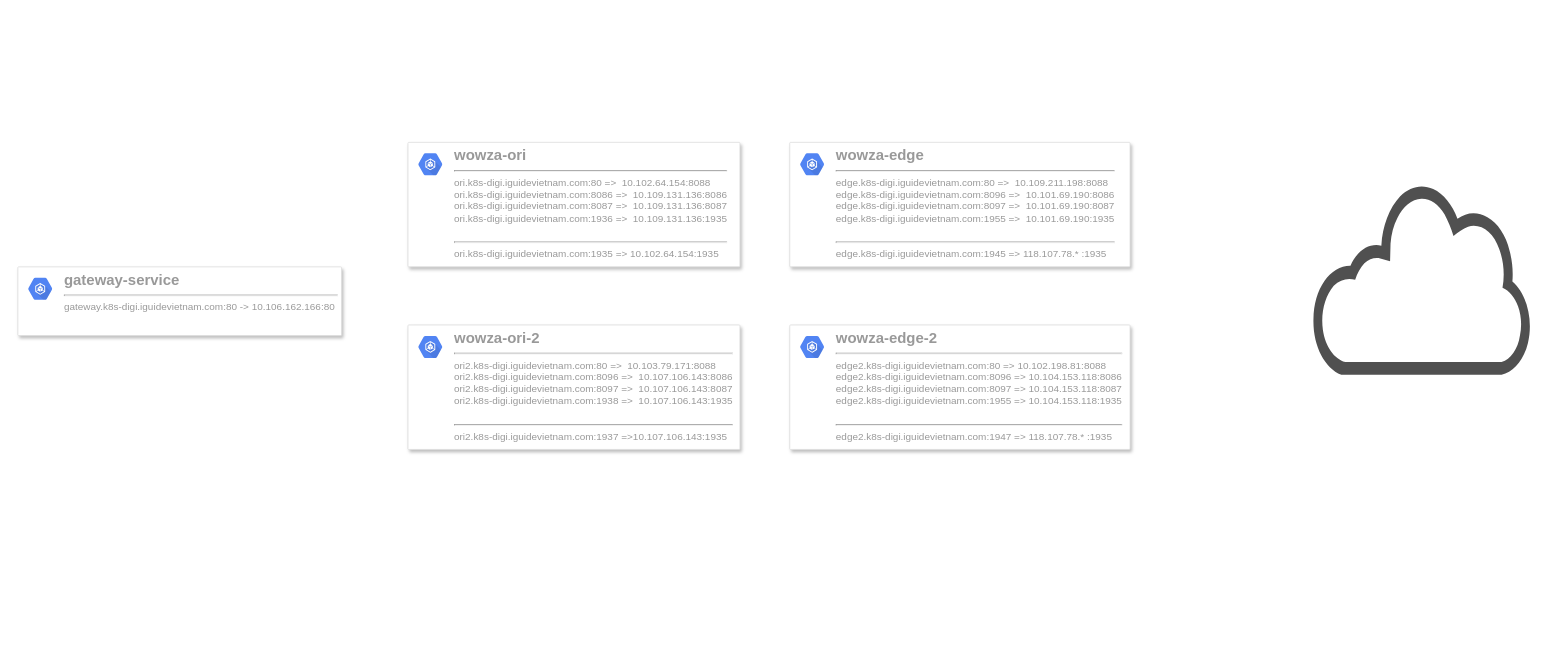
Before: page "test" (1 of 2) of service workflow/service.drawio in TheMacCuoi/streaming-services-structure, a draw.io diagram. Source tidied: cells renumbered, new cells numbered last; positions are measured from the earlier drawing's top-left corner, leaving out a move shared by most shapes. Both pictures are drawn from the tidied source at 83%, with x=0, y=0 at pixel (17, 142).
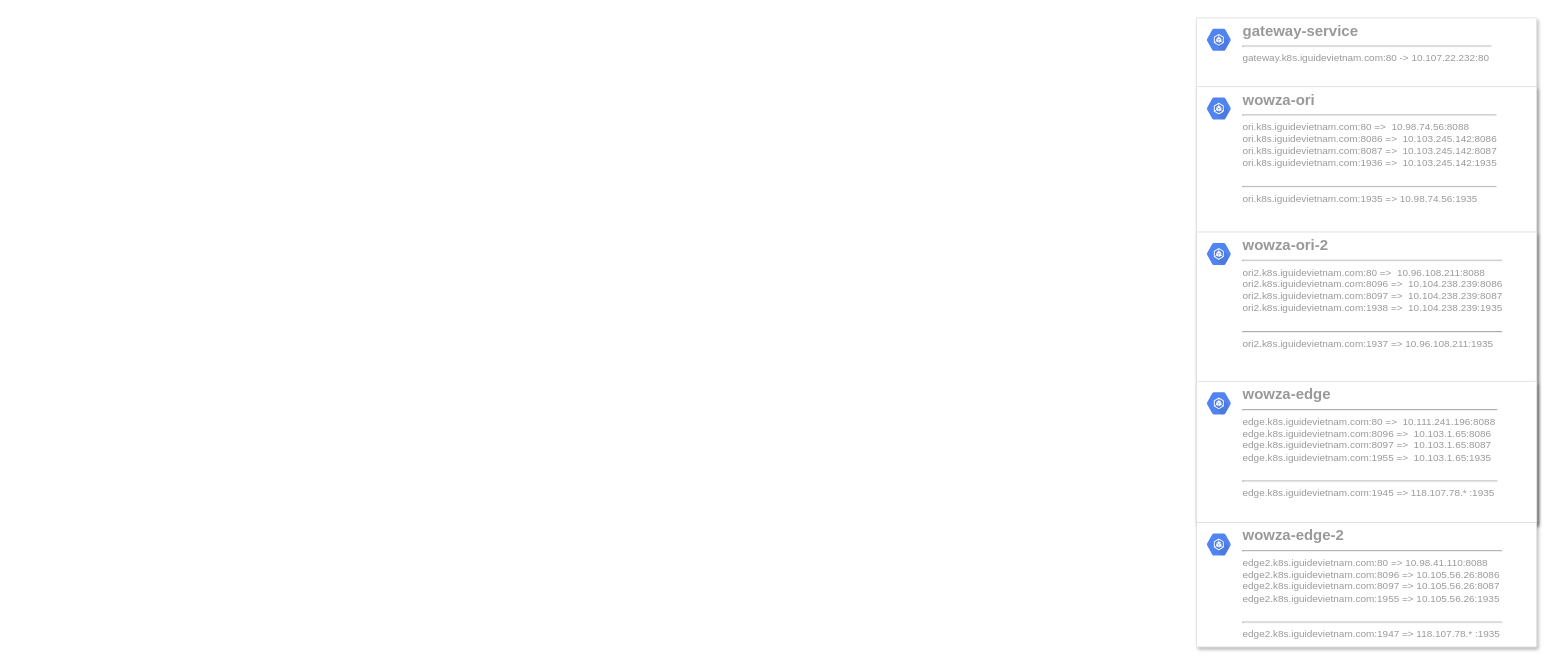
The same page after the edit.

The edit, as a diff of the source:
```diff
@@
 <mxGraphModel>
   <root>
     <mxCell id="0" />
     <mxCell id="1" parent="0" />
-    <mxCell id="2" style="strokeColor=#dddddd;fillColor=#ffffff;shadow=1;strokeWidth=1;rounded=1;absoluteArcSize=1;arcSize=2;fontSize=11;fontColor=#9E9E9E;align=center;html=1;" parent="1" vertex="1">
-      <mxGeometry x="470" width="400" height="150" as="geometry" />
-    </mxCell>
-    <mxCell id="3" value="&lt;b&gt;&lt;font style=&quot;&quot;&gt;&lt;font style=&quot;font-size: 18px;&quot;&gt;wowza-ori&lt;/font&gt;&lt;br&gt;&lt;/font&gt;&lt;/b&gt;&lt;hr&gt;ori.k8s-digi.iguidevietnam.com:80 =&amp;gt;&amp;nbsp;&amp;nbsp;10.102.64.154:8088&lt;br&gt;ori.k8s-digi.iguidevietnam.com:8086 =&amp;gt;&amp;nbsp; 10.109.131.136:8086&lt;br&gt;ori.k8s-digi.iguidevietnam.com:8087 =&amp;gt;&amp;nbsp; 10.109.131.136:8087&lt;br&gt;ori.k8s-digi.iguidevietnam.com:1936 =&amp;gt;&amp;nbsp; 10.109.131.136:1935&lt;br&gt;&lt;br style=&quot;border-color: var(--border-color);&quot;&gt;&lt;hr style=&quot;border-color: var(--border-color);&quot;&gt;ori.k8s-digi.iguidevietnam.com:1935 =&amp;gt;&amp;nbsp;10.102.64.154:1935&amp;nbsp;" style="dashed=0;html=1;fillColor=#5184F3;strokeColor=none;shape=mxgraph.gcp2.hexIcon;prIcon=container_engine;labelPosition=right;verticalLabelPosition=middle;align=left;verticalAlign=top;spacingLeft=5;fontColor=#999999;fontSize=12;spacingTop=-8;" parent="2" vertex="1">
-      <mxGeometry width="44" height="39" relative="1" as="geometry">
-        <mxPoint x="5" y="7" as="offset" />
-      </mxGeometry>
-    </mxCell>
-    <mxCell id="4" style="strokeColor=#dddddd;fillColor=#ffffff;shadow=1;strokeWidth=1;rounded=1;absoluteArcSize=1;arcSize=2;fontSize=11;fontColor=#9E9E9E;align=center;html=1;" parent="1" vertex="1">
-      <mxGeometry y="150" width="390" height="82.8" as="geometry" />
-    </mxCell>
-    <mxCell id="5" value="&lt;b&gt;&lt;font style=&quot;font-size: 18px;&quot;&gt;gateway-service&lt;/font&gt;&lt;/b&gt;&lt;br&gt;&lt;hr&gt;gateway.k8s-digi.iguidevietnam.com:80 -&amp;gt;&amp;nbsp;10.106.162.166:80&amp;nbsp;" style="dashed=0;html=1;fillColor=#5184F3;strokeColor=none;shape=mxgraph.gcp2.hexIcon;prIcon=container_engine;labelPosition=right;verticalLabelPosition=middle;align=left;verticalAlign=top;spacingLeft=5;fontColor=#999999;fontSize=12;spacingTop=-8;" parent="4" vertex="1">
-      <mxGeometry width="44" height="39" relative="1" as="geometry">
-        <mxPoint x="5" y="7" as="offset" />
-      </mxGeometry>
-    </mxCell>
-    <mxCell id="6" style="strokeColor=#dddddd;fillColor=#ffffff;shadow=1;strokeWidth=1;rounded=1;absoluteArcSize=1;arcSize=2;fontSize=11;fontColor=#9E9E9E;align=center;html=1;" parent="1" vertex="1">
-      <mxGeometry x="470" y="220" width="400" height="150" as="geometry" />
-    </mxCell>
-    <mxCell id="7" value="&lt;b&gt;&lt;font style=&quot;&quot;&gt;&lt;font style=&quot;font-size: 18px;&quot;&gt;wowza-ori-2&lt;/font&gt;&lt;br&gt;&lt;/font&gt;&lt;/b&gt;&lt;hr&gt;ori2.k8s-digi.iguidevietnam.com:80 =&amp;gt;&amp;nbsp;&amp;nbsp;10.103.79.171:8088&lt;br&gt;ori2.k8s-digi.iguidevietnam.com:8096 =&amp;gt;&amp;nbsp; 10.107.106.143:8086&lt;br&gt;ori2.k8s-digi.iguidevietnam.com:8097 =&amp;gt;&amp;nbsp; 10.107.106.143:8087&lt;br&gt;ori2.k8s-digi.iguidevietnam.com:1938 =&amp;gt;&amp;nbsp; 10.107.106.143:1935&lt;br&gt;&lt;br style=&quot;border-color: var(--border-color);&quot;&gt;&lt;hr style=&quot;border-color: var(--border-color);&quot;&gt;ori2.k8s-digi.iguidevietnam.com:1937 =&amp;gt;10.107.106.143:1935&amp;nbsp;" style="dashed=0;html=1;fillColor=#5184F3;strokeColor=none;shape=mxgraph.gcp2.hexIcon;prIcon=container_engine;labelPosition=right;verticalLabelPosition=middle;align=left;verticalAlign=top;spacingLeft=5;fontColor=#999999;fontSize=12;spacingTop=-8;" parent="6" vertex="1">
-      <mxGeometry width="44" height="39" relative="1" as="geometry">
-        <mxPoint x="5" y="7" as="offset" />
-      </mxGeometry>
-    </mxCell>
-    <mxCell id="8" style="strokeColor=#dddddd;fillColor=#ffffff;shadow=1;strokeWidth=1;rounded=1;absoluteArcSize=1;arcSize=2;fontSize=11;fontColor=#9E9E9E;align=center;html=1;" parent="1" vertex="1">
-      <mxGeometry x="930" width="410" height="150" as="geometry" />
-    </mxCell>
-    <mxCell id="9" value="&lt;b&gt;&lt;font style=&quot;&quot;&gt;&lt;font style=&quot;font-size: 18px;&quot;&gt;wowza-edge&lt;/font&gt;&lt;br&gt;&lt;/font&gt;&lt;/b&gt;&lt;hr&gt;edge.k8s-digi.iguidevietnam.com:80 =&amp;gt;&amp;nbsp;&amp;nbsp;10.109.211.198:8088&lt;br&gt;edge.k8s-digi.iguidevietnam.com:8096 =&amp;gt;&amp;nbsp; 10.101.69.190:8086&lt;br&gt;edge.k8s-digi.iguidevietnam.com:8097 =&amp;gt;&amp;nbsp; 10.101.69.190:8087&lt;br&gt;edge.k8s-digi.iguidevietnam.com:1955 =&amp;gt;&amp;nbsp;&amp;nbsp;10.101.69.190:1935&lt;br&gt;&lt;br style=&quot;border-color: var(--border-color);&quot;&gt;&lt;hr style=&quot;border-color: var(--border-color);&quot;&gt;edge.k8s-digi.iguidevietnam.com:1945 =&amp;gt; 118.107.78.* :1935&amp;nbsp;" style="dashed=0;html=1;fillColor=#5184F3;strokeColor=none;shape=mxgraph.gcp2.hexIcon;prIcon=container_engine;labelPosition=right;verticalLabelPosition=middle;align=left;verticalAlign=top;spacingLeft=5;fontColor=#999999;fontSize=12;spacingTop=-8;" parent="8" vertex="1">
-      <mxGeometry width="44" height="39" relative="1" as="geometry">
-        <mxPoint x="5" y="7" as="offset" />
-      </mxGeometry>
-    </mxCell>
-    <mxCell id="10" style="strokeColor=#dddddd;fillColor=#ffffff;shadow=1;strokeWidth=1;rounded=1;absoluteArcSize=1;arcSize=2;fontSize=11;fontColor=#9E9E9E;align=center;html=1;" parent="1" vertex="1">
-      <mxGeometry x="930" y="220" width="410" height="150" as="geometry" />
-    </mxCell>
-    <mxCell id="11" value="&lt;b&gt;&lt;font style=&quot;&quot;&gt;&lt;font style=&quot;font-size: 18px;&quot;&gt;wowza-edge-2&lt;/font&gt;&lt;br&gt;&lt;/font&gt;&lt;/b&gt;&lt;hr&gt;edge2.k8s-digi.iguidevietnam.com:80 =&amp;gt; 10.102.198.81:8088&lt;br&gt;edge2.k8s-digi.iguidevietnam.com:8096 =&amp;gt; 10.104.153.118:8086&lt;br&gt;edge2.k8s-digi.iguidevietnam.com:8097 =&amp;gt;&amp;nbsp;10.104.153.118:8087&lt;br&gt;edge2.k8s-digi.iguidevietnam.com:1955 =&amp;gt; 10.104.153.118:1935&lt;br&gt;&lt;br style=&quot;border-color: var(--border-color);&quot;&gt;&lt;hr style=&quot;border-color: var(--border-color);&quot;&gt;edge2.k8s-digi.iguidevietnam.com:1947 =&amp;gt; 118.107.78.* :1935&amp;nbsp;" style="dashed=0;html=1;fillColor=#5184F3;strokeColor=none;shape=mxgraph.gcp2.hexIcon;prIcon=container_engine;labelPosition=right;verticalLabelPosition=middle;align=left;verticalAlign=top;spacingLeft=5;fontColor=#999999;fontSize=12;spacingTop=-8;" parent="10" vertex="1">
-      <mxGeometry width="44" height="39" relative="1" as="geometry">
-        <mxPoint x="5" y="7" as="offset" />
-      </mxGeometry>
-    </mxCell>
-    <mxCell id="12" style="sketch=0;shadow=0;dashed=0;html=1;strokeColor=none;fillColor=#505050;labelPosition=center;verticalLabelPosition=bottom;verticalAlign=top;align=center;shape=mxgraph.office.clouds.cloud;" parent="1" vertex="1">
-      <mxGeometry x="1560" y="50" width="266" height="230" as="geometry" />
-    </mxCell>
+    <mxCell id="13" style="strokeColor=#dddddd;fillColor=#ffffff;shadow=1;strokeWidth=1;rounded=1;absoluteArcSize=1;arcSize=2;fontSize=11;fontColor=#9E9E9E;align=center;html=1;" parent="1" vertex="1">
+      <mxGeometry x="1420" y="-150" width="410" height="610" as="geometry" />
+    </mxCell>
+    <mxCell id="14" value="&lt;b&gt;&lt;font style=&quot;font-size: 18px;&quot;&gt;gateway-service&lt;/font&gt;&lt;/b&gt;&lt;br&gt;&lt;hr&gt;gateway.k8s.iguidevietnam.com:80 -&amp;gt;&amp;nbsp;10.107.22.232:80&amp;nbsp;" style="dashed=0;html=1;fillColor=#5184F3;strokeColor=none;shape=mxgraph.gcp2.hexIcon;prIcon=container_engine;labelPosition=right;verticalLabelPosition=middle;align=left;verticalAlign=top;spacingLeft=5;fontColor=#999999;fontSize=12;spacingTop=-8;" parent="13" vertex="1">
+      <mxGeometry width="44" height="39" relative="1" as="geometry">
+        <mxPoint x="5" y="7" as="offset" />
+      </mxGeometry>
+    </mxCell>
+    <mxCell id="15" style="strokeColor=#dddddd;fillColor=#ffffff;shadow=1;strokeWidth=1;rounded=1;absoluteArcSize=1;arcSize=2;fontSize=11;fontColor=#9E9E9E;align=center;html=1;" parent="13" vertex="1">
+      <mxGeometry y="82.8" width="410" height="527.2" as="geometry" />
+    </mxCell>
+    <mxCell id="16" value="&lt;b&gt;&lt;font style=&quot;&quot;&gt;&lt;font style=&quot;font-size: 18px;&quot;&gt;wowza-ori&lt;/font&gt;&lt;br&gt;&lt;/font&gt;&lt;/b&gt;&lt;hr&gt;ori.k8s.iguidevietnam.com:80 =&amp;gt;&amp;nbsp; 10.98.74.56:8088&lt;br&gt;ori.k8s.iguidevietnam.com:8086 =&amp;gt;&amp;nbsp; 10.103.245.142:8086&lt;br&gt;ori.k8s.iguidevietnam.com:8087 =&amp;gt;&amp;nbsp; 10.103.245.142:8087&lt;br&gt;ori.k8s.iguidevietnam.com:1936 =&amp;gt;&amp;nbsp; 10.103.245.142:1935&lt;br&gt;&lt;br style=&quot;border-color: var(--border-color);&quot;&gt;&lt;hr style=&quot;border-color: var(--border-color);&quot;&gt;ori.k8s.iguidevietnam.com:1935 =&amp;gt;&amp;nbsp;10.98.74.56:1935&amp;nbsp;" style="dashed=0;html=1;fillColor=#5184F3;strokeColor=none;shape=mxgraph.gcp2.hexIcon;prIcon=container_engine;labelPosition=right;verticalLabelPosition=middle;align=left;verticalAlign=top;spacingLeft=5;fontColor=#999999;fontSize=12;spacingTop=-8;" parent="15" vertex="1">
+      <mxGeometry width="44" height="39" relative="1" as="geometry">
+        <mxPoint x="5" y="7" as="offset" />
+      </mxGeometry>
+    </mxCell>
+    <mxCell id="17" style="strokeColor=#dddddd;fillColor=#ffffff;shadow=1;strokeWidth=1;rounded=1;absoluteArcSize=1;arcSize=2;fontSize=11;fontColor=#9E9E9E;align=center;html=1;" parent="15" vertex="1">
+      <mxGeometry y="175.2" width="410" height="350" as="geometry" />
+    </mxCell>
+    <mxCell id="18" value="&lt;b&gt;&lt;font style=&quot;&quot;&gt;&lt;font style=&quot;font-size: 18px;&quot;&gt;wowza-ori-2&lt;/font&gt;&lt;br&gt;&lt;/font&gt;&lt;/b&gt;&lt;hr&gt;ori2.k8s.iguidevietnam.com:80 =&amp;gt;&amp;nbsp;&amp;nbsp;10.96.108.211:8088&lt;br&gt;ori2.k8s.iguidevietnam.com:8096 =&amp;gt;&amp;nbsp; 10.104.238.239:8086&lt;br&gt;ori2.k8s.iguidevietnam.com:8097 =&amp;gt;&amp;nbsp; 10.104.238.239:8087&lt;br&gt;ori2.k8s.iguidevietnam.com:1938 =&amp;gt;&amp;nbsp; 10.104.238.239:1935&lt;br&gt;&lt;br style=&quot;border-color: var(--border-color);&quot;&gt;&lt;hr style=&quot;border-color: var(--border-color);&quot;&gt;ori2.k8s.iguidevietnam.com:1937 =&amp;gt; 10.96.108.211:1935&amp;nbsp;" style="dashed=0;html=1;fillColor=#5184F3;strokeColor=none;shape=mxgraph.gcp2.hexIcon;prIcon=container_engine;labelPosition=right;verticalLabelPosition=middle;align=left;verticalAlign=top;spacingLeft=5;fontColor=#999999;fontSize=12;spacingTop=-8;" parent="17" vertex="1">
+      <mxGeometry width="44" height="39" relative="1" as="geometry">
+        <mxPoint x="5" y="7" as="offset" />
+      </mxGeometry>
+    </mxCell>
+    <mxCell id="19" style="strokeColor=#dddddd;fillColor=#ffffff;shadow=1;strokeWidth=1;rounded=1;absoluteArcSize=1;arcSize=2;fontSize=11;fontColor=#9E9E9E;align=center;html=1;" parent="17" vertex="1">
+      <mxGeometry y="180" width="410" height="170" as="geometry" />
+    </mxCell>
+    <mxCell id="20" value="&lt;b&gt;&lt;font style=&quot;&quot;&gt;&lt;font style=&quot;font-size: 18px;&quot;&gt;wowza-edge&lt;/font&gt;&lt;br&gt;&lt;/font&gt;&lt;/b&gt;&lt;hr&gt;edge.k8s.iguidevietnam.com:80 =&amp;gt;&amp;nbsp;&amp;nbsp;10.111.241.196:8088&lt;br&gt;edge.k8s.iguidevietnam.com:8096 =&amp;gt;&amp;nbsp; 10.103.1.65:8086&lt;br&gt;edge.k8s.iguidevietnam.com:8097 =&amp;gt;&amp;nbsp; 10.103.1.65:8087&lt;br&gt;edge.k8s.iguidevietnam.com:1955 =&amp;gt;&amp;nbsp;&amp;nbsp;10.103.1.65:1935&lt;br&gt;&lt;br style=&quot;border-color: var(--border-color);&quot;&gt;&lt;hr style=&quot;border-color: var(--border-color);&quot;&gt;edge.k8s.iguidevietnam.com:1945 =&amp;gt; 118.107.78.* :1935&amp;nbsp;" style="dashed=0;html=1;fillColor=#5184F3;strokeColor=none;shape=mxgraph.gcp2.hexIcon;prIcon=container_engine;labelPosition=right;verticalLabelPosition=middle;align=left;verticalAlign=top;spacingLeft=5;fontColor=#999999;fontSize=12;spacingTop=-8;" parent="19" vertex="1">
+      <mxGeometry width="44" height="39" relative="1" as="geometry">
+        <mxPoint x="5" y="7" as="offset" />
+      </mxGeometry>
+    </mxCell>
+    <mxCell id="21" style="strokeColor=#dddddd;fillColor=#ffffff;shadow=1;strokeWidth=1;rounded=1;absoluteArcSize=1;arcSize=2;fontSize=11;fontColor=#9E9E9E;align=center;html=1;" parent="19" vertex="1">
+      <mxGeometry y="170" width="410" height="150" as="geometry" />
+    </mxCell>
+    <mxCell id="22" value="&lt;b&gt;&lt;font style=&quot;&quot;&gt;&lt;font style=&quot;font-size: 18px;&quot;&gt;wowza-edge-2&lt;/font&gt;&lt;br&gt;&lt;/font&gt;&lt;/b&gt;&lt;hr&gt;edge2.k8s.iguidevietnam.com:80 =&amp;gt; 10.98.41.110:8088&lt;br&gt;edge2.k8s.iguidevietnam.com:8096 =&amp;gt; 10.105.56.26:8086&lt;br&gt;edge2.k8s.iguidevietnam.com:8097 =&amp;gt;&amp;nbsp;10.105.56.26:8087&lt;br&gt;edge2.k8s.iguidevietnam.com:1955 =&amp;gt; 10.105.56.26:1935&lt;br&gt;&lt;br style=&quot;border-color: var(--border-color);&quot;&gt;&lt;hr style=&quot;border-color: var(--border-color);&quot;&gt;edge2.k8s.iguidevietnam.com:1947 =&amp;gt; 118.107.78.* :1935&amp;nbsp;" style="dashed=0;html=1;fillColor=#5184F3;strokeColor=none;shape=mxgraph.gcp2.hexIcon;prIcon=container_engine;labelPosition=right;verticalLabelPosition=middle;align=left;verticalAlign=top;spacingLeft=5;fontColor=#999999;fontSize=12;spacingTop=-8;" parent="21" vertex="1">
+      <mxGeometry width="44" height="39" relative="1" as="geometry">
+        <mxPoint x="5" y="7" as="offset" />
+      </mxGeometry>
+    </mxCell>
   </root>
 </mxGraphModel>
```
